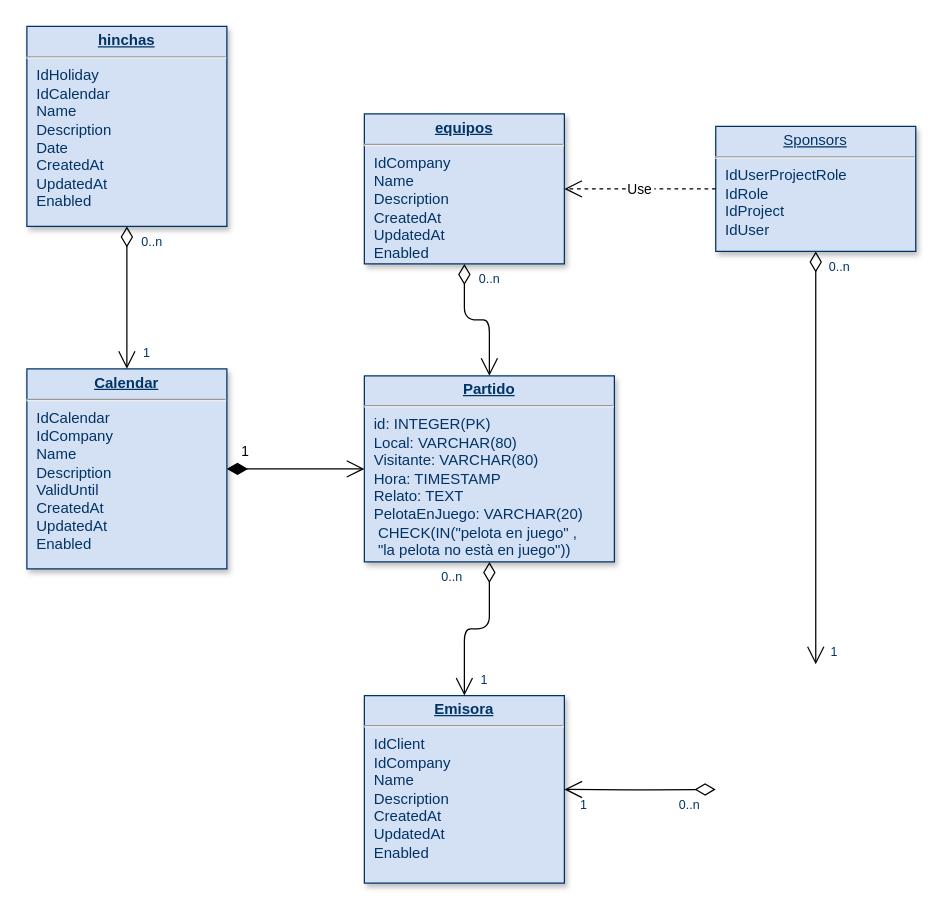
tomiivazqueznwn12/database_platzi keeps this draw.io diagram as Untitled Diagram.drawio. Above is the earlier version. Source tidied: cells renumbered, new cells numbered last; positions are measured from the earlier drawing's top-left corner, leaving out a move shared by most shapes. Both pictures are drawn from the tidied source at 125%, with x=0, y=0 at pixel (26, 26).
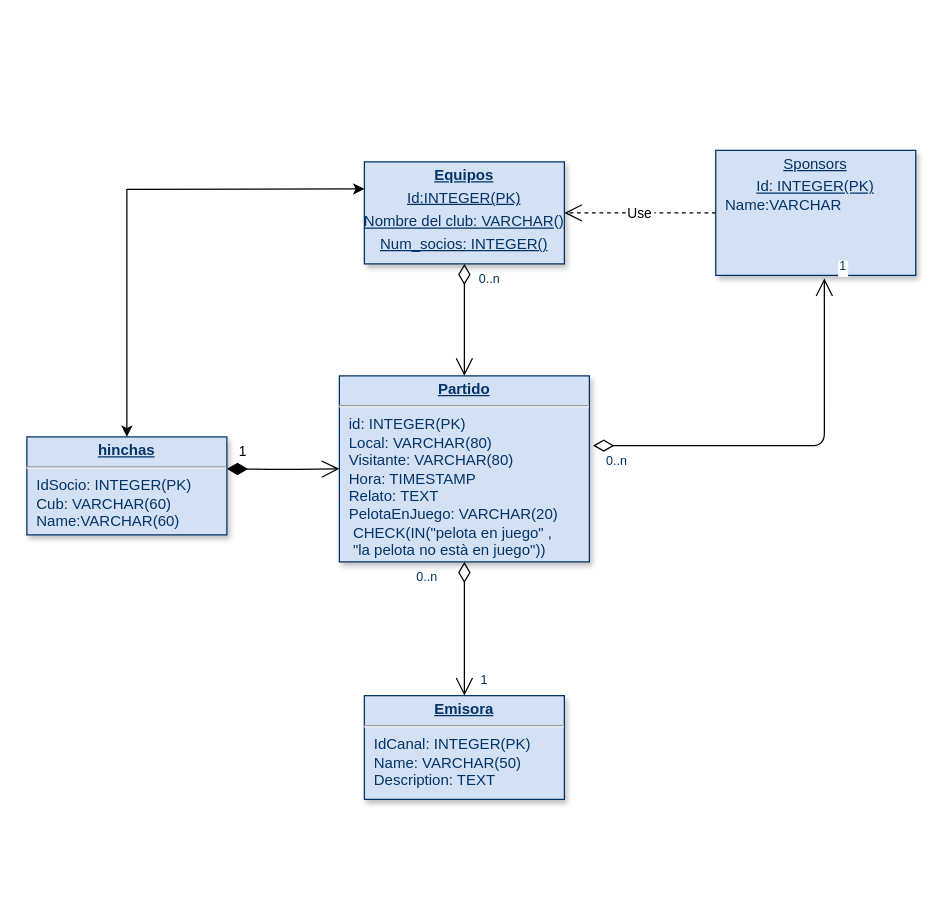
The same diagram, later.

Commit message:
diagrama terminado

Change to the diagram source:
```diff
@@
-    <mxCell id="2" value="&lt;p style=&quot;margin: 0px ; margin-top: 4px ; text-align: center ; text-decoration: underline&quot;&gt;&lt;b&gt;equipos&lt;/b&gt;&lt;/p&gt;&lt;hr&gt;&lt;p style=&quot;margin: 0px ; margin-left: 8px&quot;&gt;IdCompany&lt;br&gt;Name&lt;/p&gt;&lt;p style=&quot;margin: 0px ; margin-left: 8px&quot;&gt;Description&lt;/p&gt;&lt;p style=&quot;margin: 0px ; margin-left: 8px&quot;&gt;CreatedAt&lt;/p&gt;&lt;p style=&quot;margin: 0px ; margin-left: 8px&quot;&gt;UpdatedAt&lt;/p&gt;&lt;p style=&quot;margin: 0px ; margin-left: 8px&quot;&gt;Enabled&lt;/p&gt;" style="verticalAlign=top;align=left;overflow=fill;fontSize=12;fontFamily=Helvetica;html=1;strokeColor=#003366;shadow=1;fillColor=#D4E1F5;fontColor=#003366;" parent="1" vertex="1">
-      <mxGeometry x="270" y="69.6" width="160" height="120" as="geometry" />
+    <mxCell id="2" value="&lt;p style=&quot;margin: 0px ; margin-top: 4px ; text-align: center ; text-decoration: underline&quot;&gt;&lt;b&gt;Equipos&lt;/b&gt;&lt;/p&gt;&lt;p style=&quot;margin: 0px ; margin-top: 4px ; text-align: center ; text-decoration: underline&quot;&gt;Id:INTEGER(PK)&lt;/p&gt;&lt;p style=&quot;margin: 0px ; margin-top: 4px ; text-align: center ; text-decoration: underline&quot;&gt;Nombre del club: VARCHAR()&lt;/p&gt;&lt;p style=&quot;margin: 0px ; margin-top: 4px ; text-align: center ; text-decoration: underline&quot;&gt;Num_socios: INTEGER()&lt;/p&gt;&lt;p style=&quot;margin: 0px ; margin-top: 4px ; text-align: center ; text-decoration: underline&quot;&gt;&lt;br&gt;&lt;/p&gt;" style="verticalAlign=top;align=left;overflow=fill;fontSize=12;fontFamily=Helvetica;html=1;strokeColor=#003366;shadow=1;fillColor=#D4E1F5;fontColor=#003366;" parent="1" vertex="1">
+      <mxGeometry x="270" y="108" width="160" height="81.6" as="geometry" />
     </mxCell>
     <mxCell id="3" value="&lt;p style=&quot;margin: 0px ; margin-top: 4px ; text-align: center ; text-decoration: underline&quot;&gt;&lt;b&gt;Partido&lt;/b&gt;&lt;/p&gt;&lt;hr&gt;&lt;p style=&quot;margin: 0px ; margin-left: 8px&quot;&gt;id: INTEGER(PK)&lt;/p&gt;&lt;p style=&quot;margin: 0px ; margin-left: 8px&quot;&gt;Local: VARCHAR(80)&lt;/p&gt;&lt;p style=&quot;margin: 0px ; margin-left: 8px&quot;&gt;Visitante: VARCHAR(80)&lt;/p&gt;&lt;p style=&quot;margin: 0px ; margin-left: 8px&quot;&gt;Hora: TIMESTAMP&lt;/p&gt;&lt;p style=&quot;margin: 0px ; margin-left: 8px&quot;&gt;Relato: TEXT&lt;/p&gt;&lt;p style=&quot;margin: 0px ; margin-left: 8px&quot;&gt;PelotaEnJuego:&amp;nbsp;&lt;span&gt;VARCHAR(20)&lt;/span&gt;&lt;/p&gt;&lt;p style=&quot;margin: 0px ; margin-left: 8px&quot;&gt;&lt;span&gt;&lt;span style=&quot;white-space: pre&quot;&gt; &lt;/span&gt;CHECK(IN(&quot;pelota en juego&quot; ,&lt;/span&gt;&lt;/p&gt;&lt;p style=&quot;margin: 0px ; margin-left: 8px&quot;&gt;&lt;span&gt;&lt;span style=&quot;white-space: pre&quot;&gt; &lt;/span&gt;&quot;la pelota no està en juego&quot;))&lt;/span&gt;&lt;/p&gt;" style="verticalAlign=top;align=left;overflow=fill;fontSize=12;fontFamily=Helvetica;html=1;strokeColor=#003366;shadow=1;fillColor=#D4E1F5;fontColor=#003366;" parent="1" vertex="1">
-      <mxGeometry x="270" y="279.2" width="200" height="148.8" as="geometry" />
+      <mxGeometry x="250" y="279.2" width="200" height="148.8" as="geometry" />
     </mxCell>
-    <mxCell id="4" value="&lt;p style=&quot;margin: 0px; margin-top: 4px; text-align: center; text-decoration: underline;&quot;&gt;&lt;strong&gt;Calendar&lt;/strong&gt;&lt;/p&gt;&lt;hr /&gt;&lt;p style=&quot;margin: 0px; margin-left: 8px;&quot;&gt;IdCalendar&lt;/p&gt;&lt;p style=&quot;margin: 0px; margin-left: 8px;&quot;&gt;IdCompany&lt;/p&gt;&lt;p style=&quot;margin: 0px; margin-left: 8px;&quot;&gt;Name&lt;/p&gt;&lt;p style=&quot;margin: 0px; margin-left: 8px;&quot;&gt;Description&lt;/p&gt;&lt;p style=&quot;margin: 0px; margin-left: 8px;&quot;&gt;ValidUntil&lt;/p&gt;&lt;p style=&quot;margin: 0px; margin-left: 8px;&quot;&gt;CreatedAt&lt;/p&gt;&lt;p style=&quot;margin: 0px; margin-left: 8px;&quot;&gt;UpdatedAt&lt;/p&gt;&lt;p style=&quot;margin: 0px; margin-left: 8px;&quot;&gt;Enabled&lt;/p&gt;" style="verticalAlign=top;align=left;overflow=fill;fontSize=12;fontFamily=Helvetica;html=1;strokeColor=#003366;shadow=1;fillColor=#D4E1F5;fontColor=#003366;" parent="1" vertex="1">
-      <mxGeometry y="273.6" width="160" height="160" as="geometry" />
-    </mxCell>
-    <mxCell id="5" value="&lt;p style=&quot;margin: 0px ; margin-top: 4px ; text-align: center ; text-decoration: underline&quot;&gt;Sponsors&lt;/p&gt;&lt;hr&gt;&lt;p style=&quot;margin: 0px ; margin-left: 8px&quot;&gt;IdUserProjectRole&lt;/p&gt;&lt;p style=&quot;margin: 0px ; margin-left: 8px&quot;&gt;IdRole&lt;/p&gt;&lt;p style=&quot;margin: 0px ; margin-left: 8px&quot;&gt;IdProject&lt;/p&gt;&lt;p style=&quot;margin: 0px ; margin-left: 8px&quot;&gt;IdUser&lt;/p&gt;" style="verticalAlign=top;align=left;overflow=fill;fontSize=12;fontFamily=Helvetica;html=1;strokeColor=#003366;shadow=1;fillColor=#D4E1F5;fontColor=#003366;" parent="1" vertex="1">
-      <mxGeometry x="551.1" y="79.6" width="160" height="100" as="geometry" />
+    <mxCell id="5" value="&lt;p style=&quot;margin: 0px ; margin-top: 4px ; text-align: center ; text-decoration: underline&quot;&gt;Sponsors&lt;/p&gt;&lt;p style=&quot;margin: 0px ; margin-top: 4px ; text-align: center ; text-decoration: underline&quot;&gt;&lt;span&gt;Id: INTEGER(PK)&lt;/span&gt;&lt;/p&gt;&lt;p style=&quot;margin: 0px ; margin-left: 8px&quot;&gt;Name:VARCHAR&lt;/p&gt;&lt;p style=&quot;margin: 0px ; margin-left: 8px&quot;&gt;&lt;br&gt;&lt;/p&gt;" style="verticalAlign=top;align=left;overflow=fill;fontSize=12;fontFamily=Helvetica;html=1;strokeColor=#003366;shadow=1;fillColor=#D4E1F5;fontColor=#003366;" parent="1" vertex="1">
+      <mxGeometry x="551.1" y="98.8" width="160" height="100" as="geometry" />
     </mxCell>
-    <mxCell id="6" value="&lt;p style=&quot;margin: 0px ; margin-top: 4px ; text-align: center ; text-decoration: underline&quot;&gt;&lt;b&gt;Emisora&lt;/b&gt;&lt;/p&gt;&lt;hr&gt;&lt;p style=&quot;margin: 0px ; margin-left: 8px&quot;&gt;IdClient&lt;/p&gt;&lt;p style=&quot;margin: 0px ; margin-left: 8px&quot;&gt;IdCompany&lt;/p&gt;&lt;p style=&quot;margin: 0px ; margin-left: 8px&quot;&gt;Name&lt;/p&gt;&lt;p style=&quot;margin: 0px ; margin-left: 8px&quot;&gt;Description&lt;/p&gt;&lt;p style=&quot;margin: 0px ; margin-left: 8px&quot;&gt;CreatedAt&lt;/p&gt;&lt;p style=&quot;margin: 0px ; margin-left: 8px&quot;&gt;UpdatedAt&lt;/p&gt;&lt;p style=&quot;margin: 0px ; margin-left: 8px&quot;&gt;Enabled&lt;/p&gt;" style="verticalAlign=top;align=left;overflow=fill;fontSize=12;fontFamily=Helvetica;html=1;strokeColor=#003366;shadow=1;fillColor=#D4E1F5;fontColor=#003366;" parent="1" vertex="1">
-      <mxGeometry x="270" y="535" width="160" height="150" as="geometry" />
+    <mxCell id="6" value="&lt;p style=&quot;margin: 0px ; margin-top: 4px ; text-align: center ; text-decoration: underline&quot;&gt;&lt;b&gt;Emisora&lt;/b&gt;&lt;/p&gt;&lt;hr&gt;&lt;p style=&quot;margin: 0px ; margin-left: 8px&quot;&gt;IdCanal: INTEGER(PK)&lt;/p&gt;&lt;p style=&quot;margin: 0px ; margin-left: 8px&quot;&gt;Name: VARCHAR(50)&lt;/p&gt;&lt;p style=&quot;margin: 0px ; margin-left: 8px&quot;&gt;Description: TEXT&lt;/p&gt;" style="verticalAlign=top;align=left;overflow=fill;fontSize=12;fontFamily=Helvetica;html=1;strokeColor=#003366;shadow=1;fillColor=#D4E1F5;fontColor=#003366;" parent="1" vertex="1">
+      <mxGeometry x="270" y="535" width="160" height="83" as="geometry" />
     </mxCell>
-    <mxCell id="7" value="&lt;p style=&quot;margin: 0px ; margin-top: 4px ; text-align: center ; text-decoration: underline&quot;&gt;&lt;b&gt;hinchas&lt;/b&gt;&lt;/p&gt;&lt;hr&gt;&lt;p style=&quot;margin: 0px ; margin-left: 8px&quot;&gt;IdHoliday&lt;/p&gt;&lt;p style=&quot;margin: 0px ; margin-left: 8px&quot;&gt;IdCalendar&lt;/p&gt;&lt;p style=&quot;margin: 0px ; margin-left: 8px&quot;&gt;Name&lt;/p&gt;&lt;p style=&quot;margin: 0px ; margin-left: 8px&quot;&gt;Description&lt;/p&gt;&lt;p style=&quot;margin: 0px ; margin-left: 8px&quot;&gt;Date&lt;/p&gt;&lt;p style=&quot;margin: 0px ; margin-left: 8px&quot;&gt;CreatedAt&lt;/p&gt;&lt;p style=&quot;margin: 0px ; margin-left: 8px&quot;&gt;UpdatedAt&lt;/p&gt;&lt;p style=&quot;margin: 0px ; margin-left: 8px&quot;&gt;Enabled&lt;/p&gt;" style="verticalAlign=top;align=left;overflow=fill;fontSize=12;fontFamily=Helvetica;html=1;strokeColor=#003366;shadow=1;fillColor=#D4E1F5;fontColor=#003366;" parent="1" vertex="1">
-      <mxGeometry y="-0.4" width="160" height="160" as="geometry" />
+    <mxCell id="7" value="&lt;p style=&quot;margin: 0px ; margin-top: 4px ; text-align: center ; text-decoration: underline&quot;&gt;&lt;b&gt;hinchas&lt;/b&gt;&lt;/p&gt;&lt;hr&gt;&lt;p style=&quot;margin: 0px ; margin-left: 8px&quot;&gt;IdSocio: INTEGER(PK)&lt;/p&gt;&lt;p style=&quot;margin: 0px ; margin-left: 8px&quot;&gt;Cub: VARCHAR(60)&lt;/p&gt;&lt;p style=&quot;margin: 0px ; margin-left: 8px&quot;&gt;Name:VARCHAR(60)&lt;/p&gt;&lt;p style=&quot;margin: 0px ; margin-left: 8px&quot;&gt;&lt;br&gt;&lt;/p&gt;" style="verticalAlign=top;align=left;overflow=fill;fontSize=12;fontFamily=Helvetica;html=1;strokeColor=#003366;shadow=1;fillColor=#D4E1F5;fontColor=#003366;" parent="1" vertex="1">
+      <mxGeometry y="328" width="160" height="78.4" as="geometry" />
     </mxCell>
@@
-    <mxCell id="10" style="endArrow=open;endSize=12;startArrow=diamondThin;startSize=14;startFill=0;edgeStyle=orthogonalEdgeStyle;" parent="1" edge="1" source="5">
-      <mxGeometry x="389.4" y="350" as="geometry">
-        <mxPoint x="631.1" y="510" as="targetPoint" />
-      </mxGeometry>
+    <mxCell id="10" style="endArrow=open;endSize=12;startArrow=diamondThin;startSize=14;startFill=0;edgeStyle=orthogonalEdgeStyle;exitX=1.015;exitY=0.375;exitDx=0;exitDy=0;exitPerimeter=0;entryX=0.543;entryY=1.024;entryDx=0;entryDy=0;entryPerimeter=0;" parent="1" edge="1" source="3" target="5">
+      <mxGeometry x="389.4" y="350" as="geometry" />
     </mxCell>
@@
-    <mxCell id="16" style="endArrow=open;endSize=12;startArrow=diamondThin;startSize=14;startFill=0;edgeStyle=orthogonalEdgeStyle;" parent="1" edge="1" source="7" target="4">
-      <mxGeometry x="620" y="340" as="geometry" />
-    </mxCell>
-    <mxCell id="17" value="0..n" style="align=left;verticalAlign=top;labelBackgroundColor=#ffffff;fontSize=10;strokeColor=#003366;shadow=1;fillColor=#D4E1F5;fontColor=#003366;" parent="16" vertex="1">
-      <mxGeometry x="-1" relative="1" as="geometry">
-        <mxPoint x="10" as="offset" />
-      </mxGeometry>
-    </mxCell>
-    <mxCell id="18" value="1" style="align=right;verticalAlign=top;labelBackgroundColor=#ffffff;fontSize=10;strokeColor=#003366;shadow=1;fillColor=#D4E1F5;fontColor=#003366;" parent="16" vertex="1">
-      <mxGeometry x="1" relative="1" as="geometry">
-        <mxPoint x="20" y="-25" as="offset" />
-      </mxGeometry>
-    </mxCell>
-    <mxCell id="19" style="endArrow=open;endSize=12;startArrow=diamondThin;startSize=14;startFill=0;edgeStyle=orthogonalEdgeStyle;" parent="1" edge="1" target="6">
-      <mxGeometry x="369.4" y="360" as="geometry">
-        <mxPoint x="551.1" y="610" as="sourcePoint" />
-      </mxGeometry>
-    </mxCell>
-    <mxCell id="20" value="0..n" style="align=left;verticalAlign=top;labelBackgroundColor=#ffffff;fontSize=10;strokeColor=#003366;shadow=1;fillColor=#D4E1F5;fontColor=#003366;" parent="19" vertex="1">
-      <mxGeometry x="-1" relative="1" as="geometry">
-        <mxPoint x="-31.1" as="offset" />
-      </mxGeometry>
-    </mxCell>
-    <mxCell id="21" value="1" style="align=right;verticalAlign=top;labelBackgroundColor=#ffffff;fontSize=10;strokeColor=#003366;shadow=1;fillColor=#D4E1F5;fontColor=#003366;" parent="19" vertex="1">
-      <mxGeometry x="1" relative="1" as="geometry">
-        <mxPoint x="20" as="offset" />
-      </mxGeometry>
-    </mxCell>
@@
-    <mxCell id="23" value="1" style="endArrow=open;endSize=12;startArrow=diamondThin;startSize=14;startFill=1;edgeStyle=orthogonalEdgeStyle;align=left;verticalAlign=bottom;" parent="1" edge="1" source="4" target="3">
-      <mxGeometry x="-0.82" y="5" relative="1" as="geometry" />
+    <mxCell id="23" value="1" style="endArrow=open;endSize=12;startArrow=diamondThin;startSize=14;startFill=1;edgeStyle=orthogonalEdgeStyle;align=left;verticalAlign=bottom;" parent="1" edge="1" target="3">
+      <mxGeometry x="-0.82" y="5" relative="1" as="geometry">
+        <mxPoint x="160" y="353.6" as="sourcePoint" />
+      </mxGeometry>
     </mxCell>
+    <mxCell id="24" style="endArrow=classic;html=1;" parent="1" edge="1">
+      <mxGeometry relative="1" as="geometry">
+        <mxPoint x="80" y="130" as="sourcePoint" />
+        <mxPoint x="270" y="129.6" as="targetPoint" />
+      </mxGeometry>
+    </mxCell>
+    <mxCell id="25" style="endArrow=classic;html=1;entryX=0.5;entryY=0;entryDx=0;entryDy=0;" parent="1" edge="1" target="7">
+      <mxGeometry relative="1" as="geometry">
+        <mxPoint x="80" y="129.6" as="sourcePoint" />
+      </mxGeometry>
+    </mxCell>
```
